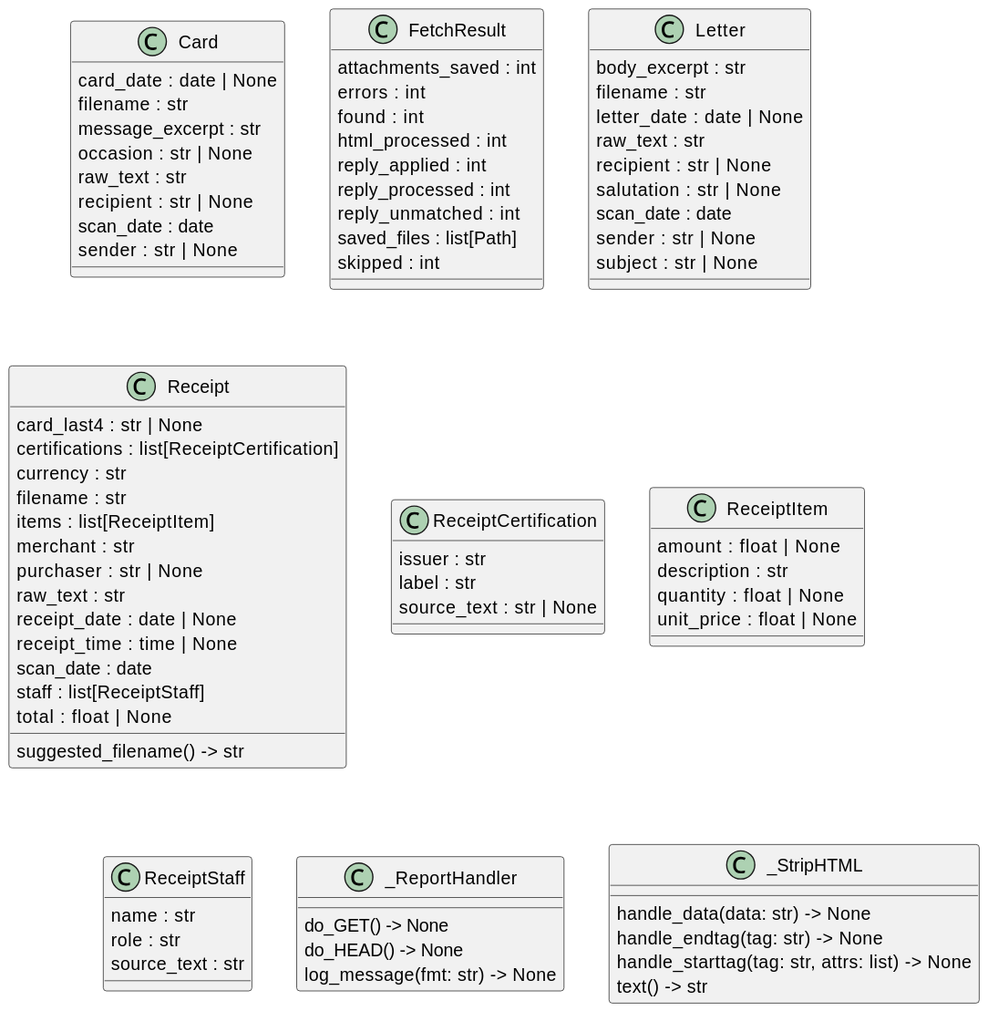
This is docs/diagrams/python-classes.puml.svg from casonk/intake, a PlantUML export, as it was before one commit.
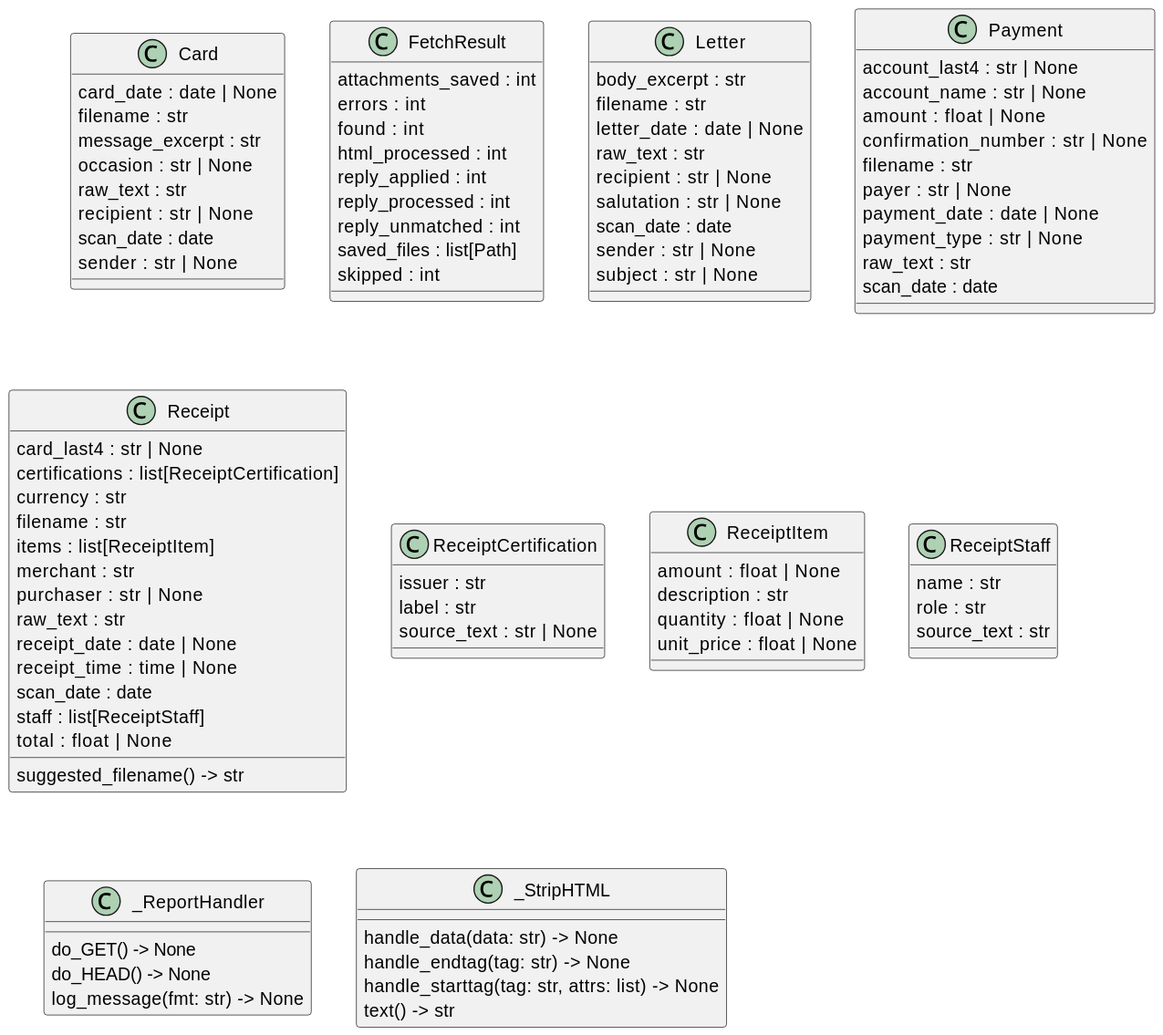
The same file after the commit.

Diff of the diagram source:
```diff
@@ -31,6 +31,18 @@
   scan_date : date
   sender : str | None
   subject : str | None
+}
+class "Payment" as intake.parse_payment.Payment {
+  account_last4 : str | None
+  account_name : str | None
+  amount : float | None
+  confirmation_number : str | None
+  filename : str
+  payer : str | None
+  payment_date : date | None
+  payment_type : str | None
+  raw_text : str
+  scan_date : date
 }
 class "Receipt" as intake.parse.Receipt {
   card_last4 : str | None
```
